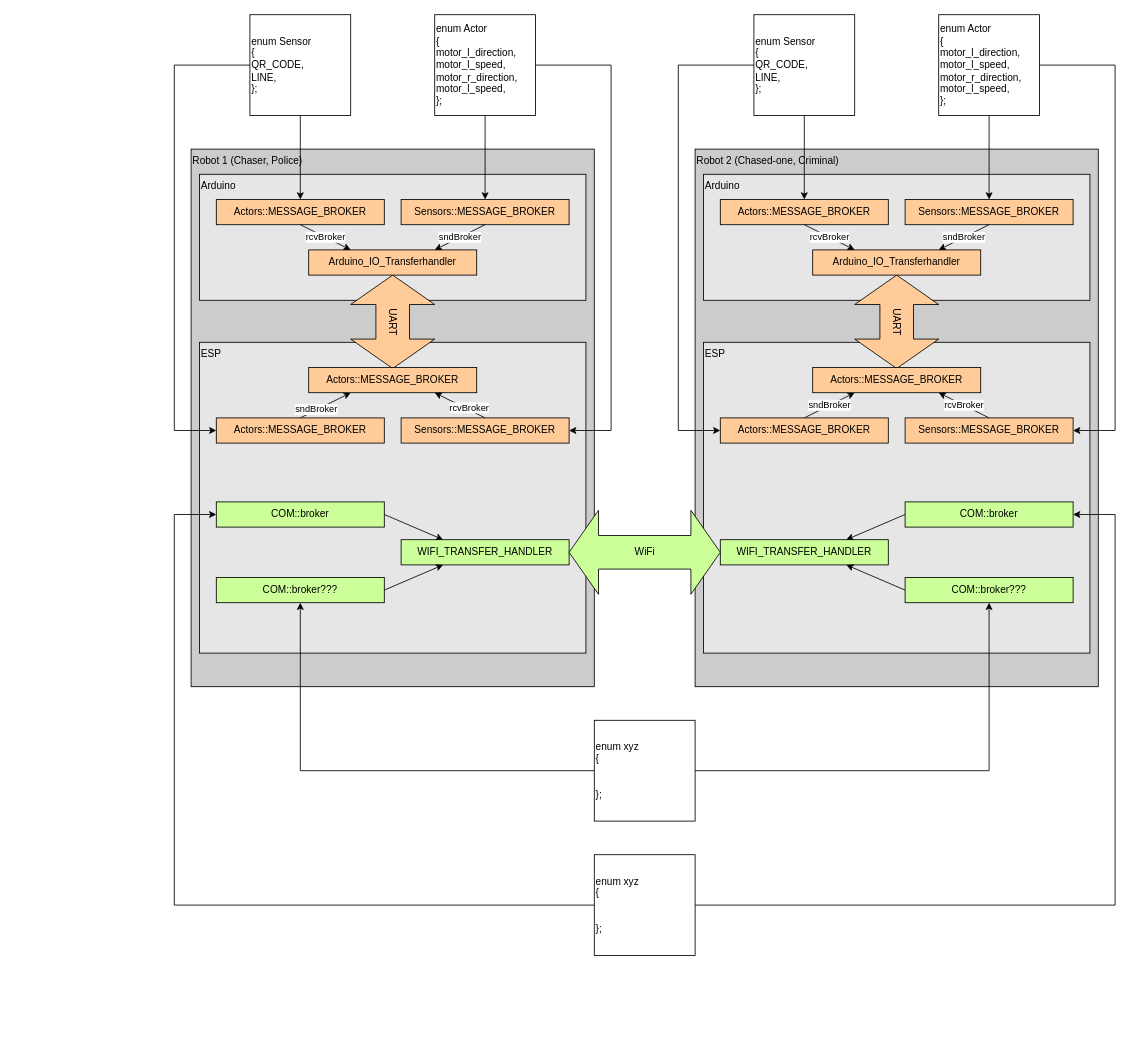
Earlier version of the draw.io diagram diagrams/Robot Communication.drawio (PremiumChampion/v2v_robotik). Source tidied: cells renumbered, new cells numbered last; positions are measured from the earlier drawing's top-left corner, leaving out a move shared by most shapes. Both pictures are drawn from the tidied source at 84%, with x=0, y=0 at pixel (174, 14).
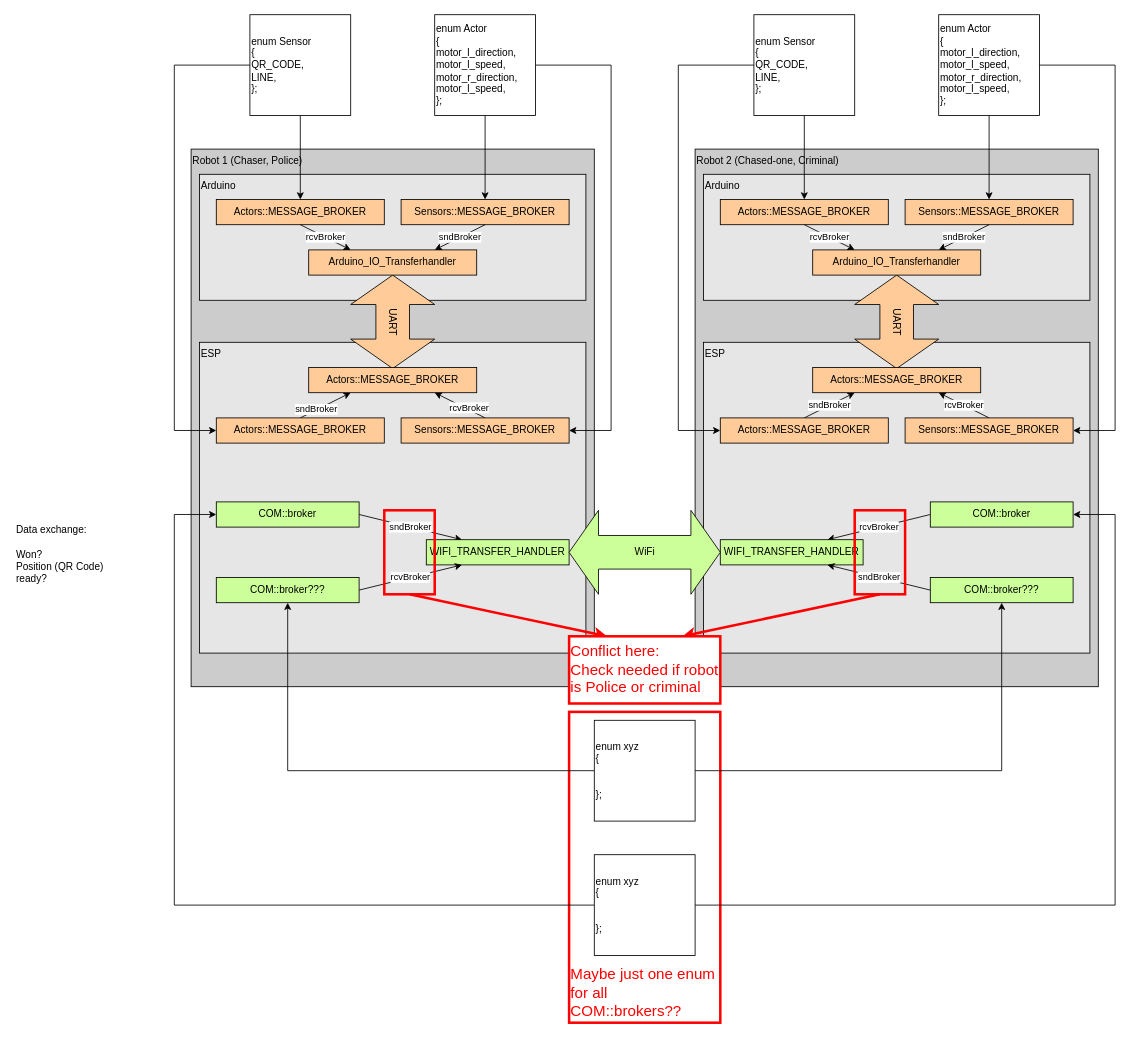
Above is the later version.

Commit message:
Possible implementation conflicts.

Unchanged cells that the change refers to:
```xml
<mxCell id="62" value="enum xyz&lt;br&gt;{&lt;br&gt;&lt;br&gt;&lt;br&gt;};" style="rounded=0;whiteSpace=wrap;html=1;labelBackgroundColor=none;fillColor=#FFFFFF;align=left;" parent="1" vertex="1">
  <mxGeometry x="500" y="840" width="120" height="120" as="geometry" />
</mxCell>
```

The edit, as a diff of the source:
```diff
@@
+    <mxCell id="63" value="&lt;font color=&quot;#ff0000&quot;&gt;Maybe just one enum for all COM::brokers??&lt;/font&gt;" style="text;html=1;strokeColor=#FF0000;fillColor=#FFFFFF;align=left;verticalAlign=bottom;whiteSpace=wrap;rounded=0;fontSize=18;strokeWidth=3;" parent="1" vertex="1">
+      <mxGeometry x="470" y="830" width="180" height="370" as="geometry" />
+    </mxCell>
@@
-    <mxCell id="8" style="rounded=0;jettySize=auto;html=1;exitX=1;exitY=0.5;exitDx=0;exitDy=0;entryX=0.25;entryY=0;entryDx=0;entryDy=0;" parent="1" edge="1" source="9" target="20">
+    <mxCell id="8" value="sndBroker" style="rounded=0;jettySize=auto;html=1;exitX=1;exitY=0.5;exitDx=0;exitDy=0;entryX=0.25;entryY=0;entryDx=0;entryDy=0;" parent="1" edge="1" source="9" target="20">
       <mxGeometry relative="1" as="geometry" />
     </mxCell>
     <mxCell id="9" value="COM::broker" style="rounded=0;whiteSpace=wrap;html=1;fillColor=#CCFF99;" parent="1" vertex="1">
-      <mxGeometry x="50" y="580" width="200" height="30" as="geometry" />
+      <mxGeometry x="50" y="580" width="170" height="30" as="geometry" />
     </mxCell>
@@
     <mxCell id="20" value="&lt;span style=&quot;&quot;&gt;WIFI_TRANSFER_HANDLER&lt;/span&gt;" style="rounded=0;whiteSpace=wrap;html=1;fillColor=#CCFF99;" parent="1" vertex="1">
-      <mxGeometry x="270" y="625" width="200" height="30" as="geometry" />
+      <mxGeometry x="300" y="625" width="170" height="30" as="geometry" />
     </mxCell>
-    <mxCell id="21" style="edgeStyle=none;rounded=0;jettySize=auto;html=1;exitX=1;exitY=0.5;exitDx=0;exitDy=0;entryX=0.25;entryY=1;entryDx=0;entryDy=0;" parent="1" edge="1" source="22" target="20">
+    <mxCell id="21" value="rcvBroker" style="edgeStyle=none;rounded=0;jettySize=auto;html=1;exitX=1;exitY=0.5;exitDx=0;exitDy=0;entryX=0.25;entryY=1;entryDx=0;entryDy=0;" parent="1" edge="1" source="22" target="20">
       <mxGeometry relative="1" as="geometry" />
     </mxCell>
     <mxCell id="22" value="COM::broker???" style="rounded=0;whiteSpace=wrap;html=1;fillColor=#CCFF99;" parent="1" vertex="1">
-      <mxGeometry x="50" y="670" width="200" height="30" as="geometry" />
+      <mxGeometry x="50" y="670" width="170" height="30" as="geometry" />
     </mxCell>
@@
-    <mxCell id="30" style="edgeStyle=none;rounded=0;jettySize=auto;html=1;exitX=0;exitY=0.5;exitDx=0;exitDy=0;entryX=0.75;entryY=0;entryDx=0;entryDy=0;" parent="1" edge="1" source="31" target="40">
+    <mxCell id="30" value="rcvBroker" style="edgeStyle=none;rounded=0;jettySize=auto;html=1;exitX=0;exitY=0.5;exitDx=0;exitDy=0;entryX=0.75;entryY=0;entryDx=0;entryDy=0;" parent="1" edge="1" source="31" target="40">
       <mxGeometry relative="1" as="geometry" />
     </mxCell>
     <mxCell id="31" value="COM::broker" style="rounded=0;whiteSpace=wrap;html=1;fillColor=#CCFF99;" parent="1" vertex="1">
-      <mxGeometry x="870" y="580" width="200" height="30" as="geometry" />
+      <mxGeometry x="900" y="580" width="170" height="30" as="geometry" />
     </mxCell>
@@
     <mxCell id="40" value="&lt;span style=&quot;&quot;&gt;WIFI_TRANSFER_HANDLER&lt;/span&gt;" style="rounded=0;whiteSpace=wrap;html=1;fillColor=#CCFF99;" parent="1" vertex="1">
-      <mxGeometry x="650" y="625" width="200" height="30" as="geometry" />
+      <mxGeometry x="650" y="625" width="170" height="30" as="geometry" />
     </mxCell>
-    <mxCell id="41" style="edgeStyle=none;rounded=0;jettySize=auto;html=1;exitX=0;exitY=0.5;exitDx=0;exitDy=0;entryX=0.75;entryY=1;entryDx=0;entryDy=0;" parent="1" edge="1" source="42" target="40">
+    <mxCell id="41" value="sndBroker" style="edgeStyle=none;rounded=0;jettySize=auto;html=1;exitX=0;exitY=0.5;exitDx=0;exitDy=0;entryX=0.75;entryY=1;entryDx=0;entryDy=0;" parent="1" edge="1" source="42" target="40">
       <mxGeometry relative="1" as="geometry" />
     </mxCell>
     <mxCell id="42" value="COM::broker???" style="rounded=0;whiteSpace=wrap;html=1;fillColor=#CCFF99;" parent="1" vertex="1">
-      <mxGeometry x="870" y="670" width="200" height="30" as="geometry" />
+      <mxGeometry x="900" y="670" width="170" height="30" as="geometry" />
     </mxCell>
@@
     <mxCell id="60" style="edgeStyle=elbowEdgeStyle;rounded=0;jettySize=auto;html=1;exitX=1;exitY=0.5;exitDx=0;exitDy=0;entryX=0.5;entryY=1;entryDx=0;entryDy=0;" parent="1" edge="1" source="62" target="42">
       <mxGeometry relative="1" as="geometry">
         <Array as="points">
-          <mxPoint x="970" y="800" />
+          <mxPoint x="985" y="800" />
         </Array>
       </mxGeometry>
     </mxCell>
     <mxCell id="61" style="edgeStyle=elbowEdgeStyle;rounded=0;jettySize=auto;html=1;exitX=0;exitY=0.5;exitDx=0;exitDy=0;entryX=0.5;entryY=1;entryDx=0;entryDy=0;" parent="1" edge="1" source="62" target="22">
       <mxGeometry relative="1" as="geometry">
         <Array as="points">
-          <mxPoint x="150" y="800" />
+          <mxPoint x="135" y="810" />
         </Array>
       </mxGeometry>
     </mxCell>
@@
+    <mxCell id="64" style="edgeStyle=none;html=1;exitX=0.5;exitY=1;exitDx=0;exitDy=0;entryX=0.25;entryY=0;entryDx=0;entryDy=0;strokeColor=#FF0000;strokeWidth=3;" parent="1" edge="1" source="65" target="68">
+      <mxGeometry relative="1" as="geometry" />
+    </mxCell>
+    <mxCell id="65" style="rounded=0;whiteSpace=wrap;html=1;fillColor=none;strokeColor=#FF0000;strokeWidth=3;" parent="1" vertex="1">
+      <mxGeometry x="250" y="590" width="60" height="100" as="geometry" />
+    </mxCell>
+    <mxCell id="66" style="edgeStyle=none;html=1;exitX=0.5;exitY=1;exitDx=0;exitDy=0;entryX=0.75;entryY=0;entryDx=0;entryDy=0;strokeColor=#FF0000;strokeWidth=3;" parent="1" edge="1" source="67" target="68">
+      <mxGeometry relative="1" as="geometry" />
+    </mxCell>
+    <mxCell id="67" style="rounded=0;whiteSpace=wrap;html=1;fillColor=none;strokeColor=#FF0000;strokeWidth=3;" parent="1" vertex="1">
+      <mxGeometry x="810" y="590" width="60" height="100" as="geometry" />
+    </mxCell>
+    <mxCell id="68" value="&lt;font color=&quot;#ff0000&quot;&gt;Conflict here:&lt;br&gt;Check needed if robot is Police or criminal&lt;/font&gt;" style="text;html=1;strokeColor=#FF0000;fillColor=#FFFFFF;align=left;verticalAlign=middle;whiteSpace=wrap;rounded=0;fontSize=18;strokeWidth=3;" parent="1" vertex="1">
+      <mxGeometry x="470" y="740" width="180" height="80" as="geometry" />
+    </mxCell>
+    <mxCell id="69" value="&lt;font style=&quot;font-size: 12px&quot;&gt;Data exchange:&lt;br&gt;&lt;br&gt;Won?&lt;br style=&quot;font-size: 12px&quot;&gt;Position (QR Code)&lt;br&gt;ready?&lt;br&gt;&lt;br style=&quot;font-size: 12px&quot;&gt;&lt;/font&gt;" style="text;html=1;strokeColor=none;fillColor=none;align=left;verticalAlign=top;whiteSpace=wrap;rounded=0;fontSize=12;fontColor=#000000;" parent="1" vertex="1">
+      <mxGeometry x="-190" y="600" width="150" height="265" as="geometry" />
+    </mxCell>
```
